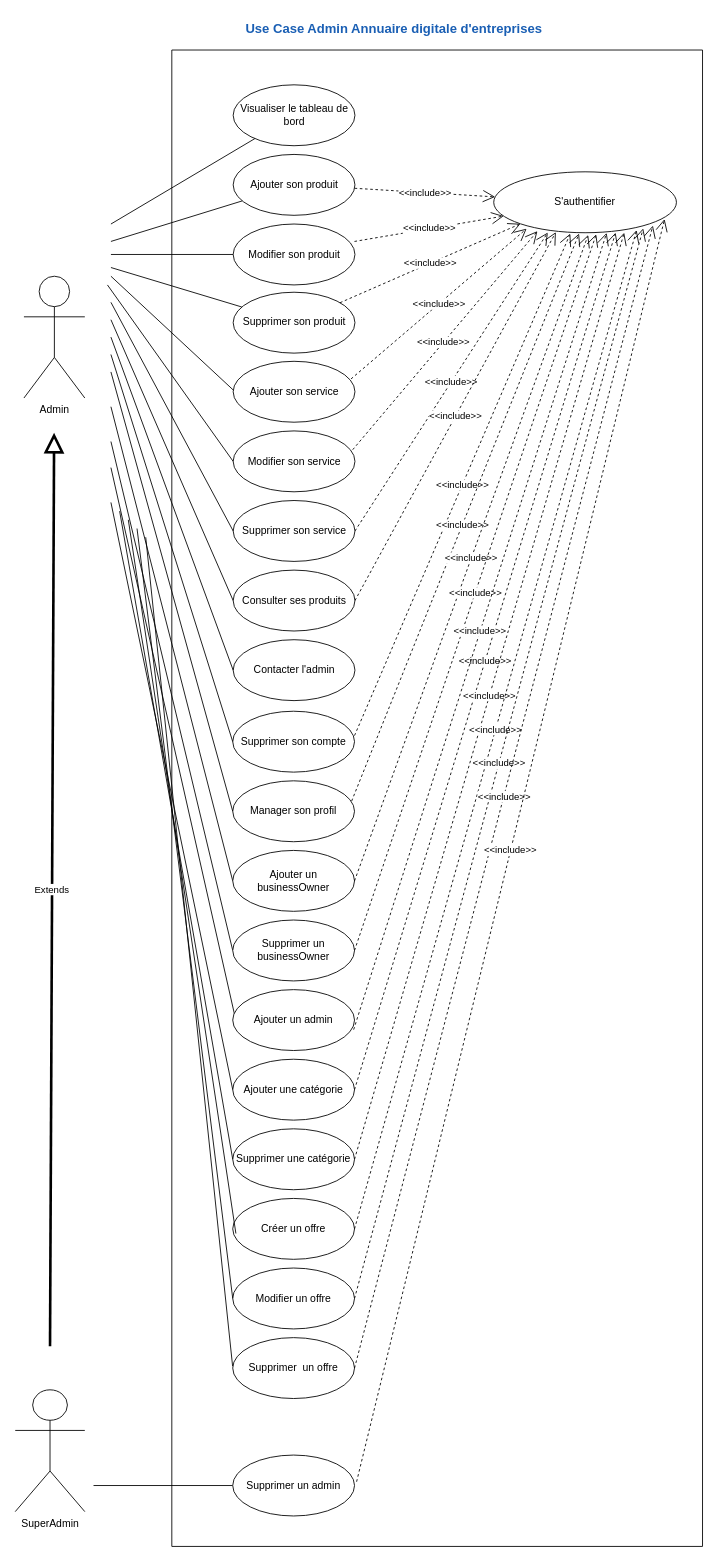
Above: 4. UseCase_Admin.drawio in amine-elarass49/angular_doc (draw.io), before the change. Source tidied: cells renumbered, new cells numbered last; positions are measured from the earlier drawing's top-left corner, leaving out a move shared by most shapes. Both pictures are drawn from the tidied source at 87%, with x=0, y=0 at pixel (15, 15).
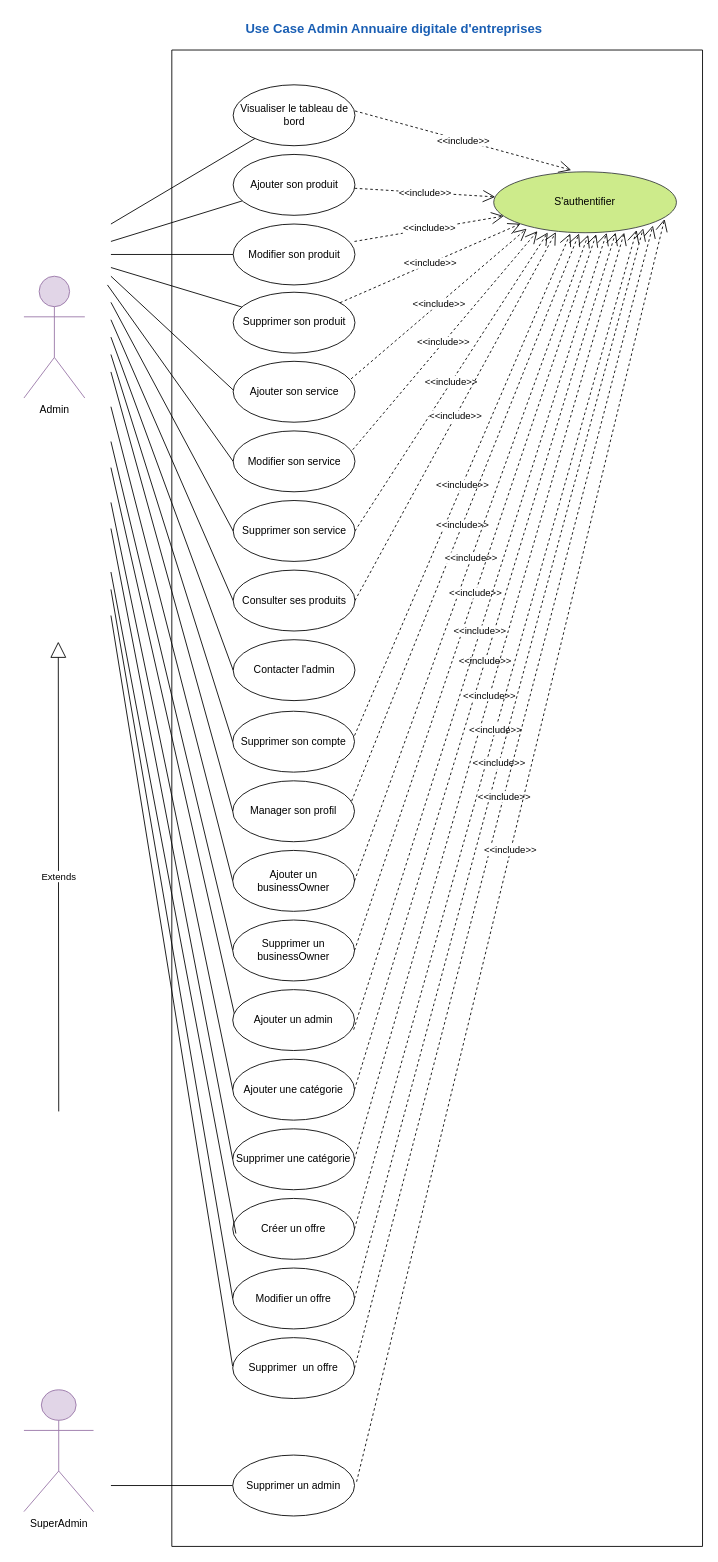
After the change.

The change refers to these unchanged cells:
```xml
<mxCell id="3" style="swimlane;startSize=0;" parent="1" vertex="1">
  <mxGeometry x="180" y="40" width="610" height="1720" as="geometry" />
</mxCell>
<mxCell id="47" value="Supprimer une catégorie" style="ellipse;whiteSpace=wrap;html=1;" parent="1" vertex="1">
  <mxGeometry x="250" y="1280" width="140" height="70" as="geometry" />
</mxCell>
<mxCell id="48" value="Créer un offre" style="ellipse;whiteSpace=wrap;html=1;" parent="1" vertex="1">
  <mxGeometry x="250" y="1360" width="140" height="70" as="geometry" />
</mxCell>
<mxCell id="49" value="Modifier un offre" style="ellipse;whiteSpace=wrap;html=1;" parent="1" vertex="1">
  <mxGeometry x="250" y="1440" width="140" height="70" as="geometry" />
</mxCell>
<mxCell id="50" value="Supprimer&amp;nbsp; un offre" style="ellipse;whiteSpace=wrap;html=1;" parent="1" vertex="1">
  <mxGeometry x="250" y="1520" width="140" height="70" as="geometry" />
</mxCell>
```

What changed in the source:
```diff
@@
-    <mxCell id="2" value="Admin" style="shape=umlActor;verticalLabelPosition=bottom;verticalAlign=top;html=1;" parent="1" vertex="1">
+    <mxCell id="2" value="Admin" style="shape=umlActor;verticalLabelPosition=bottom;verticalAlign=top;html=1;fillColor=#e1d5e7;strokeColor=#9673a6;" parent="1" vertex="1">
       <mxGeometry x="10" y="300" width="70" height="140" as="geometry" />
     </mxCell>
@@
-    <mxCell id="4" value="S'authentifier" style="ellipse;whiteSpace=wrap;html=1;" parent="3" vertex="1">
+    <mxCell id="4" value="S'authentifier" style="ellipse;whiteSpace=wrap;html=1;fillColor=#cdeb8b;strokeColor=#36393d;" parent="3" vertex="1">
       <mxGeometry x="370" y="140" width="210" height="70" as="geometry" />
     </mxCell>
@@
     <mxCell id="37" style="endArrow=none;html=1;edgeStyle=orthogonalEdgeStyle;rounded=0;" parent="3" edge="1">
       <mxGeometry relative="1" as="geometry">
-        <mxPoint x="-90" y="1650" as="sourcePoint" />
+        <mxPoint x="-70" y="1650" as="sourcePoint" />
         <mxPoint x="70" y="1650" as="targetPoint" />
       </mxGeometry>
     </mxCell>
+    <mxCell id="66" value="&amp;lt;&amp;lt;include&amp;gt;&amp;gt;" style="endArrow=open;endSize=12;dashed=1;html=1;rounded=0;entryX=0.424;entryY=-0.029;entryDx=0;entryDy=0;entryPerimeter=0;" parent="3" edge="1" target="4">
+      <mxGeometry relative="1" as="geometry">
+        <mxPoint x="210.5" y="70" as="sourcePoint" />
+      </mxGeometry>
+    </mxCell>
@@
-    <mxCell id="58" value="SuperAdmin" style="shape=umlActor;verticalLabelPosition=bottom;verticalAlign=top;html=1;" parent="1" vertex="1">
-      <mxGeometry y="1580" width="80" height="140" as="geometry" />
+    <mxCell id="58" value="SuperAdmin" style="shape=umlActor;verticalLabelPosition=bottom;verticalAlign=top;html=1;fillColor=#e1d5e7;strokeColor=#9673a6;" parent="1" vertex="1">
+      <mxGeometry x="10" y="1580" width="80" height="140" as="geometry" />
     </mxCell>
-    <mxCell id="59" value="Extends" style="endArrow=block;endSize=16;endFill=0;html=1;rounded=0;strokeWidth=3;" parent="1" edge="1">
-      <mxGeometry relative="1" as="geometry">
-        <mxPoint x="40" y="1530" as="sourcePoint" />
-        <mxPoint x="44.7" y="480" as="targetPoint" />
-      </mxGeometry>
-    </mxCell>
@@
     <mxCell id="61" style="endArrow=none;html=1;rounded=0;entryX=0;entryY=0.5;entryDx=0;entryDy=0;" parent="1" edge="1" target="47">
       <mxGeometry relative="1" as="geometry">
-        <mxPoint x="120" y="570" as="sourcePoint" />
+        <mxPoint x="110" y="590" as="sourcePoint" />
       </mxGeometry>
     </mxCell>
     <mxCell id="62" style="endArrow=none;html=1;rounded=0;entryX=0.026;entryY=0.576;entryDx=0;entryDy=0;entryPerimeter=0;" parent="1" edge="1" target="48">
       <mxGeometry relative="1" as="geometry">
-        <mxPoint x="130" y="580" as="sourcePoint" />
+        <mxPoint x="110" y="640" as="sourcePoint" />
       </mxGeometry>
     </mxCell>
     <mxCell id="63" style="endArrow=none;html=1;rounded=0;entryX=0;entryY=0.5;entryDx=0;entryDy=0;" parent="1" edge="1" target="49">
       <mxGeometry relative="1" as="geometry">
-        <mxPoint x="140" y="590" as="sourcePoint" />
+        <mxPoint x="110" y="660" as="sourcePoint" />
       </mxGeometry>
     </mxCell>
     <mxCell id="64" style="endArrow=none;html=1;rounded=0;entryX=-0.001;entryY=0.468;entryDx=0;entryDy=0;entryPerimeter=0;" parent="1" edge="1" target="50">
       <mxGeometry relative="1" as="geometry">
-        <mxPoint x="150" y="600" as="sourcePoint" />
+        <mxPoint x="110" y="690" as="sourcePoint" />
       </mxGeometry>
     </mxCell>
@@
+    <mxCell id="59" value="Extends" style="endArrow=block;endSize=16;endFill=0;html=1;rounded=0;strokeWidth=1;" parent="1" edge="1">
+      <mxGeometry relative="1" as="geometry">
+        <mxPoint x="50" y="1260" as="sourcePoint" />
+        <mxPoint x="49.5" y="720" as="targetPoint" />
+      </mxGeometry>
+    </mxCell>
```
